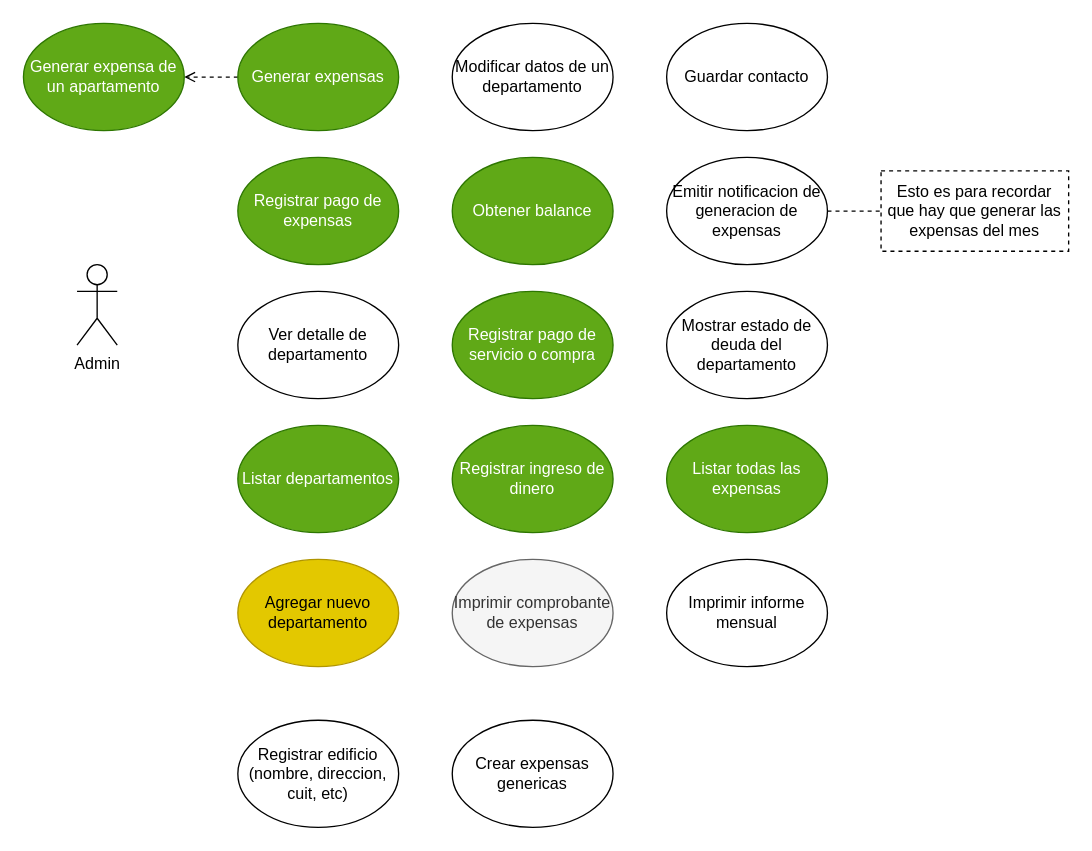
Earlier version of the draw.io diagram docs/usecases.drawio (elmiguedev/expensoides). Source tidied: cells renumbered, new cells numbered last; positions are measured from the earlier drawing's top-left corner, leaving out a move shared by most shapes. Both pictures are drawn from the tidied source at 134%, with x=0, y=0 at pixel (23, 23).
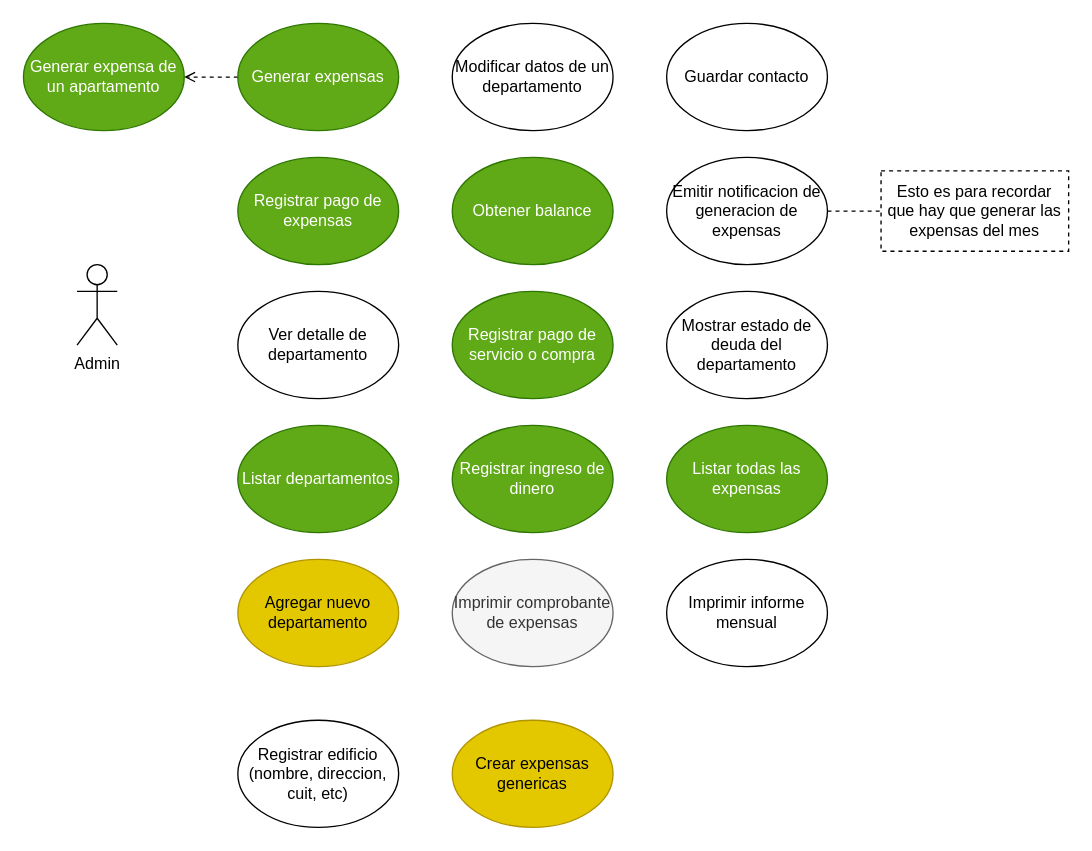
The same diagram, later.

The edit, as a diff of the source:
```diff
@@
-    <mxCell id="24" value="Crear expensas genericas" style="ellipse;whiteSpace=wrap;html=1;" parent="1" vertex="1">
+    <mxCell id="24" value="Crear expensas genericas" style="ellipse;whiteSpace=wrap;html=1;fillColor=#e3c800;fontColor=#000000;strokeColor=#B09500;" parent="1" vertex="1">
       <mxGeometry x="320" y="520" width="120" height="80" as="geometry" />
     </mxCell>
```
